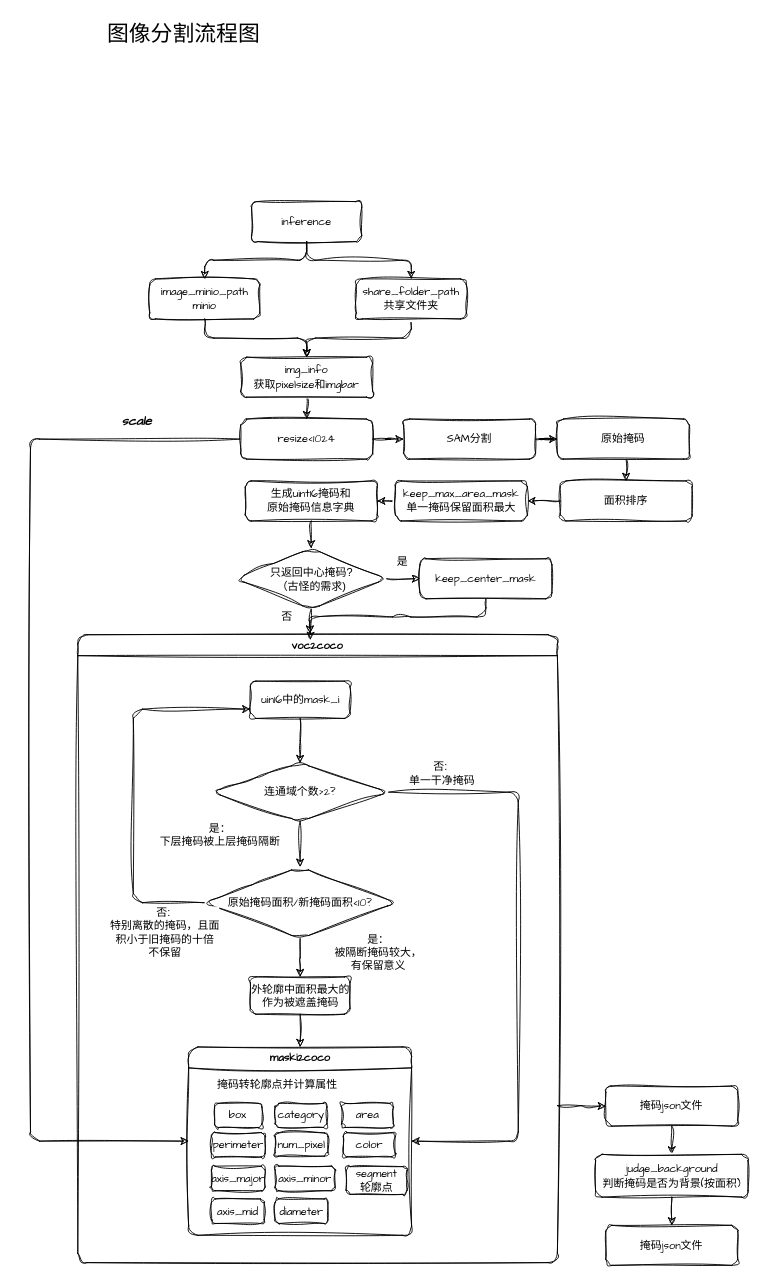
Earlier version of the draw.io diagram drawio_folder/SAM分割后处理流程.drawio (jinxianwei/drawio). Source tidied: cells renumbered, new cells numbered last; positions are measured from the earlier drawing's top-left corner, leaving out a move shared by most shapes. Both pictures are drawn from the tidied source at 91%, with x=0, y=0 at pixel (30, 15).
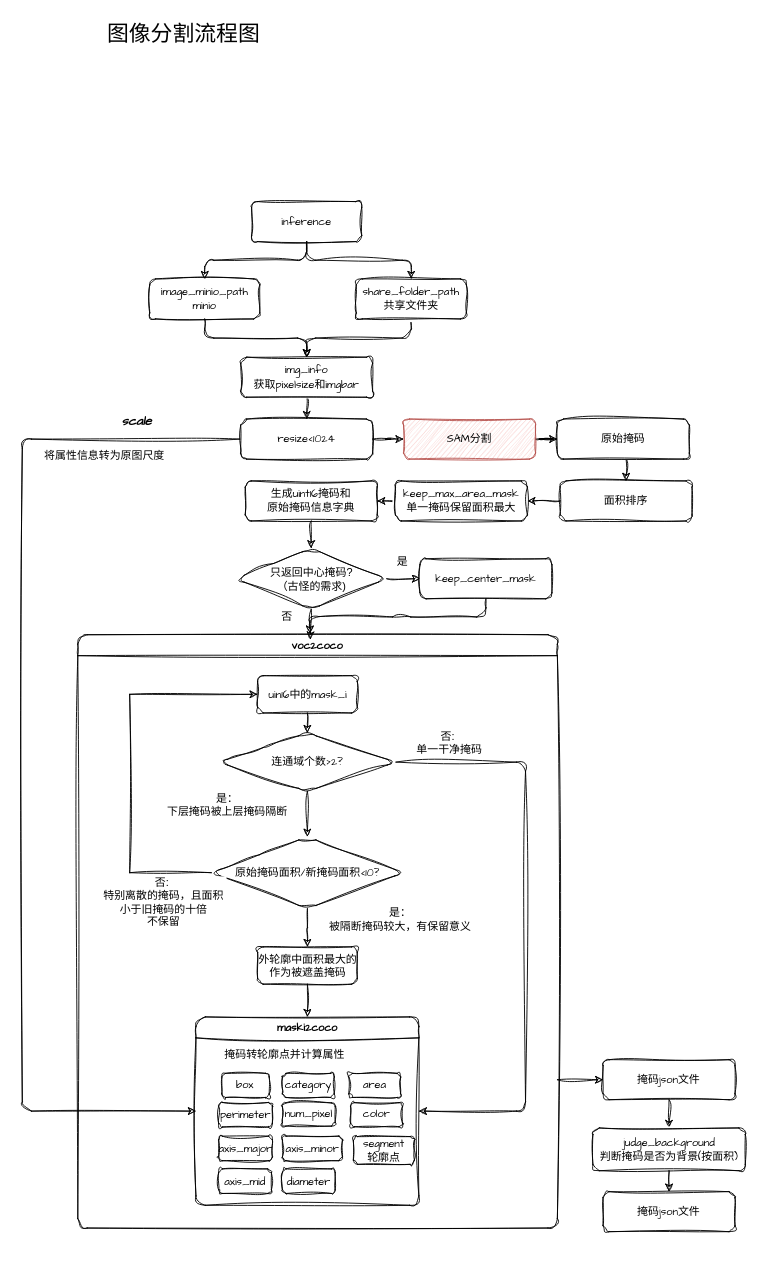
After the change.

Commit message (it also covers changes not shown here):
更新SAM分割后处理流程.drawio

Unchanged cells that the change refers to:
```xml
<mxCell id="14" value="&lt;font face=&quot;Comic Sans MS&quot;&gt;resize&amp;lt;1024&lt;/font&gt;" style="rounded=1;whiteSpace=wrap;html=1;sketch=1;curveFitting=1;jiggle=2;" parent="1" vertex="1">
  <mxGeometry x="231" y="443" width="145" height="44" as="geometry" />
</mxCell>
```

Change to the diagram source:
```diff
@@
     <mxCell id="13" style="edgeStyle=orthogonalEdgeStyle;shape=connector;rounded=1;sketch=1;jiggle=2;curveFitting=1;jettySize=auto;html=1;exitX=0;exitY=0.5;exitDx=0;exitDy=0;entryX=0;entryY=0.5;entryDx=0;entryDy=0;strokeColor=default;align=center;verticalAlign=middle;fontFamily=Helvetica;fontSize=12;fontColor=default;labelBackgroundColor=default;endArrow=classic;curved=0;" parent="1" edge="1" source="14" target="45">
       <mxGeometry relative="1" as="geometry">
         <Array as="points">
-          <mxPoint y="465" />
-          <mxPoint y="1237" />
+          <mxPoint x="-9" y="465" />
+          <mxPoint x="-9" y="1204" />
         </Array>
       </mxGeometry>
     </mxCell>
@@
-    <mxCell id="16" value="&lt;font face=&quot;Comic Sans MS&quot;&gt;SAM分割&lt;/font&gt;" style="rounded=1;whiteSpace=wrap;html=1;sketch=1;curveFitting=1;jiggle=2;" parent="1" vertex="1">
+    <mxCell id="16" value="&lt;font face=&quot;Comic Sans MS&quot;&gt;SAM分割&lt;/font&gt;" style="rounded=1;whiteSpace=wrap;html=1;sketch=1;curveFitting=1;jiggle=2;fillColor=#f8cecc;strokeColor=#b85450;" parent="1" vertex="1">
       <mxGeometry x="410" y="443" width="145" height="44" as="geometry" />
     </mxCell>
@@
     <mxCell id="28" value="&lt;font face=&quot;Comic Sans MS&quot;&gt;掩码json文件&lt;/font&gt;" style="rounded=1;whiteSpace=wrap;html=1;sketch=1;curveFitting=1;jiggle=2;" parent="1" vertex="1">
-      <mxGeometry x="632.2" y="1176" width="145" height="44" as="geometry" />
+      <mxGeometry x="629.2" y="1147" width="145" height="44" as="geometry" />
     </mxCell>
@@
     <mxCell id="30" value="&lt;font face=&quot;Comic Sans MS&quot;&gt;voc2coco&lt;/font&gt;" style="swimlane;whiteSpace=wrap;html=1;rounded=1;sketch=1;jiggle=2;curveFitting=1;strokeColor=default;align=center;verticalAlign=middle;fontFamily=Helvetica;fontSize=12;fontColor=default;fillColor=default;" parent="1" vertex="1">
-      <mxGeometry x="52" y="680" width="527" height="690" as="geometry" />
+      <mxGeometry x="52" y="680" width="527" height="652" as="geometry" />
     </mxCell>
@@
     <mxCell id="32" value="&lt;font face=&quot;Comic Sans MS&quot;&gt;uin16中的mask_i&lt;/font&gt;" style="rounded=1;whiteSpace=wrap;html=1;sketch=1;curveFitting=1;jiggle=2;" parent="30" vertex="1">
-      <mxGeometry x="189.6" y="51" width="109.5" height="41" as="geometry" />
+      <mxGeometry x="197.6" y="45" width="109.5" height="41" as="geometry" />
     </mxCell>
@@
     <mxCell id="34" style="edgeStyle=orthogonalEdgeStyle;shape=connector;rounded=1;sketch=1;jiggle=2;curveFitting=1;jettySize=auto;html=1;exitX=1;exitY=0.5;exitDx=0;exitDy=0;entryX=1;entryY=0.5;entryDx=0;entryDy=0;strokeColor=default;align=center;verticalAlign=middle;fontFamily=Helvetica;fontSize=12;fontColor=default;labelBackgroundColor=default;endArrow=classic;curved=0;" parent="30" edge="1" source="35" target="45">
       <mxGeometry relative="1" as="geometry">
         <Array as="points">
-          <mxPoint x="484" y="173" />
-          <mxPoint x="484" y="556" />
+          <mxPoint x="492" y="140" />
+          <mxPoint x="492" y="523" />
         </Array>
       </mxGeometry>
     </mxCell>
     <mxCell id="35" value="&lt;font face=&quot;Comic Sans MS&quot;&gt;连通域个数&amp;gt;2?&lt;/font&gt;" style="rhombus;whiteSpace=wrap;html=1;rounded=1;sketch=1;jiggle=2;curveFitting=1;strokeColor=default;align=center;verticalAlign=middle;fontFamily=Helvetica;fontSize=12;fontColor=default;fillColor=default;" parent="30" vertex="1">
-      <mxGeometry x="147" y="141" width="194.6" height="64" as="geometry" />
+      <mxGeometry x="155" y="108" width="194.6" height="64" as="geometry" />
     </mxCell>
@@
-    <mxCell id="37" style="edgeStyle=orthogonalEdgeStyle;shape=connector;rounded=1;sketch=1;jiggle=2;curveFitting=1;jettySize=auto;html=1;exitX=0;exitY=0.5;exitDx=0;exitDy=0;entryX=0;entryY=0.75;entryDx=0;entryDy=0;strokeColor=default;align=center;verticalAlign=middle;fontFamily=Helvetica;fontSize=12;fontColor=default;labelBackgroundColor=default;endArrow=classic;curved=0;" parent="30" edge="1" source="38" target="32">
+    <mxCell id="37" style="edgeStyle=orthogonalEdgeStyle;shape=connector;rounded=0;sketch=1;jiggle=2;curveFitting=1;jettySize=auto;html=1;exitX=0;exitY=0.5;exitDx=0;exitDy=0;entryX=0;entryY=0.5;entryDx=0;entryDy=0;strokeColor=default;align=center;verticalAlign=middle;fontFamily=Helvetica;fontSize=12;fontColor=default;labelBackgroundColor=default;endArrow=classic;" parent="30" edge="1" source="38" target="32">
       <mxGeometry relative="1" as="geometry">
         <Array as="points">
-          <mxPoint x="61" y="295" />
-          <mxPoint x="61" y="82" />
+          <mxPoint x="57" y="261" />
+          <mxPoint x="57" y="65" />
         </Array>
       </mxGeometry>
     </mxCell>
     <mxCell id="38" value="&lt;font face=&quot;Comic Sans MS&quot;&gt;原始掩码面积/新掩码面积&amp;lt;10?&lt;/font&gt;" style="rhombus;whiteSpace=wrap;html=1;rounded=1;sketch=1;jiggle=2;curveFitting=1;strokeColor=default;align=center;verticalAlign=middle;fontFamily=Helvetica;fontSize=12;fontColor=default;fillColor=default;" parent="30" vertex="1">
-      <mxGeometry x="138.8" y="255" width="211" height="79" as="geometry" />
+      <mxGeometry x="146.8" y="222" width="211" height="79" as="geometry" />
     </mxCell>
@@
     <mxCell id="40" value="外轮廓中面积最大的作为被遮盖掩码" style="rounded=1;whiteSpace=wrap;html=1;sketch=1;curveFitting=1;jiggle=2;" parent="30" vertex="1">
-      <mxGeometry x="189.6" y="376" width="109.5" height="41" as="geometry" />
+      <mxGeometry x="197.6" y="343" width="109.5" height="41" as="geometry" />
     </mxCell>
     <mxCell id="41" value="是：&lt;div&gt;下层掩码被上层掩码隔断&lt;/div&gt;" style="text;html=1;whiteSpace=wrap;strokeColor=none;fillColor=none;align=center;verticalAlign=middle;rounded=0;fontFamily=Helvetica;fontSize=12;fontColor=default;labelBackgroundColor=default;" parent="30" vertex="1">
-      <mxGeometry x="89" y="205" width="135" height="30" as="geometry" />
+      <mxGeometry x="97" y="172" width="135" height="30" as="geometry" />
     </mxCell>
     <mxCell id="42" value="否:&amp;nbsp;&lt;div&gt;单一干净掩码&lt;/div&gt;" style="text;html=1;whiteSpace=wrap;strokeColor=none;fillColor=none;align=center;verticalAlign=middle;rounded=0;fontFamily=Helvetica;fontSize=12;fontColor=default;labelBackgroundColor=default;" parent="30" vertex="1">
-      <mxGeometry x="349.8" y="137" width="101.2" height="30" as="geometry" />
+      <mxGeometry x="357.8" y="104" width="101.2" height="30" as="geometry" />
     </mxCell>
     <mxCell id="43" value="否:&amp;nbsp;&lt;div&gt;特别离散的掩码，且面积小于旧掩码的十倍&lt;/div&gt;&lt;div&gt;不保留&lt;/div&gt;" style="text;html=1;whiteSpace=wrap;strokeColor=none;fillColor=none;align=center;verticalAlign=middle;rounded=0;fontFamily=Helvetica;fontSize=12;fontColor=default;labelBackgroundColor=default;" parent="30" vertex="1">
-      <mxGeometry x="35" y="312" width="122" height="30" as="geometry" />
+      <mxGeometry x="24" y="279" width="141" height="30" as="geometry" />
     </mxCell>
-    <mxCell id="44" value="是：&lt;div&gt;被隔断掩码较大，&lt;/div&gt;&lt;div&gt;有保留意义&lt;/div&gt;" style="text;html=1;whiteSpace=wrap;strokeColor=none;fillColor=none;align=center;verticalAlign=middle;rounded=0;fontFamily=Helvetica;fontSize=12;fontColor=default;labelBackgroundColor=default;" parent="30" vertex="1">
-      <mxGeometry x="263" y="334" width="135" height="30" as="geometry" />
+    <mxCell id="44" value="是：&lt;div&gt;被隔断掩码较大，&lt;span style=&quot;background-color: light-dark(#ffffff, var(--ge-dark-color, #121212)); color: light-dark(rgb(0, 0, 0), rgb(255, 255, 255));&quot;&gt;有保留意义&lt;/span&gt;&lt;/div&gt;" style="text;html=1;whiteSpace=wrap;strokeColor=none;fillColor=none;align=center;verticalAlign=middle;rounded=0;fontFamily=Helvetica;fontSize=12;fontColor=default;labelBackgroundColor=default;" parent="30" vertex="1">
+      <mxGeometry x="263" y="298" width="183" height="30" as="geometry" />
     </mxCell>
     <mxCell id="45" value="&lt;font face=&quot;Comic Sans MS&quot;&gt;maski2coco&lt;/font&gt;" style="swimlane;whiteSpace=wrap;html=1;rounded=1;sketch=1;jiggle=2;curveFitting=1;strokeColor=default;align=center;verticalAlign=middle;fontFamily=Helvetica;fontSize=12;fontColor=default;labelBackgroundColor=default;fillColor=default;" parent="30" vertex="1">
-      <mxGeometry x="121.8" y="453" width="245" height="207" as="geometry" />
+      <mxGeometry x="129.8" y="420" width="245" height="207" as="geometry" />
     </mxCell>
@@
     <mxCell id="64" value="&lt;font face=&quot;Comic Sans MS&quot;&gt;judge_background&lt;/font&gt;&lt;div&gt;&lt;font face=&quot;Comic Sans MS&quot;&gt;判断掩码是否为背景(按面积)&lt;/font&gt;&lt;/div&gt;" style="rounded=1;whiteSpace=wrap;html=1;sketch=1;curveFitting=1;jiggle=2;" parent="1" vertex="1">
-      <mxGeometry x="621" y="1251" width="167.5" height="47" as="geometry" />
+      <mxGeometry x="618" y="1222" width="167.5" height="47" as="geometry" />
     </mxCell>
     <mxCell id="65" value="&lt;font face=&quot;Comic Sans MS&quot;&gt;掩码json文件&lt;/font&gt;" style="rounded=1;whiteSpace=wrap;html=1;sketch=1;curveFitting=1;jiggle=2;" parent="1" vertex="1">
-      <mxGeometry x="632.2" y="1329" width="145" height="44" as="geometry" />
+      <mxGeometry x="629.2" y="1292" width="145" height="44" as="geometry" />
     </mxCell>
@@
+    <mxCell id="67" value="将属性信息转为原图尺度" style="text;html=1;whiteSpace=wrap;strokeColor=none;fillColor=none;align=center;verticalAlign=middle;rounded=0;fontFamily=Helvetica;fontSize=12;fontColor=default;labelBackgroundColor=default;" parent="1" vertex="1">
+      <mxGeometry x="-6" y="475" width="175" height="16" as="geometry" />
+    </mxCell>
```
